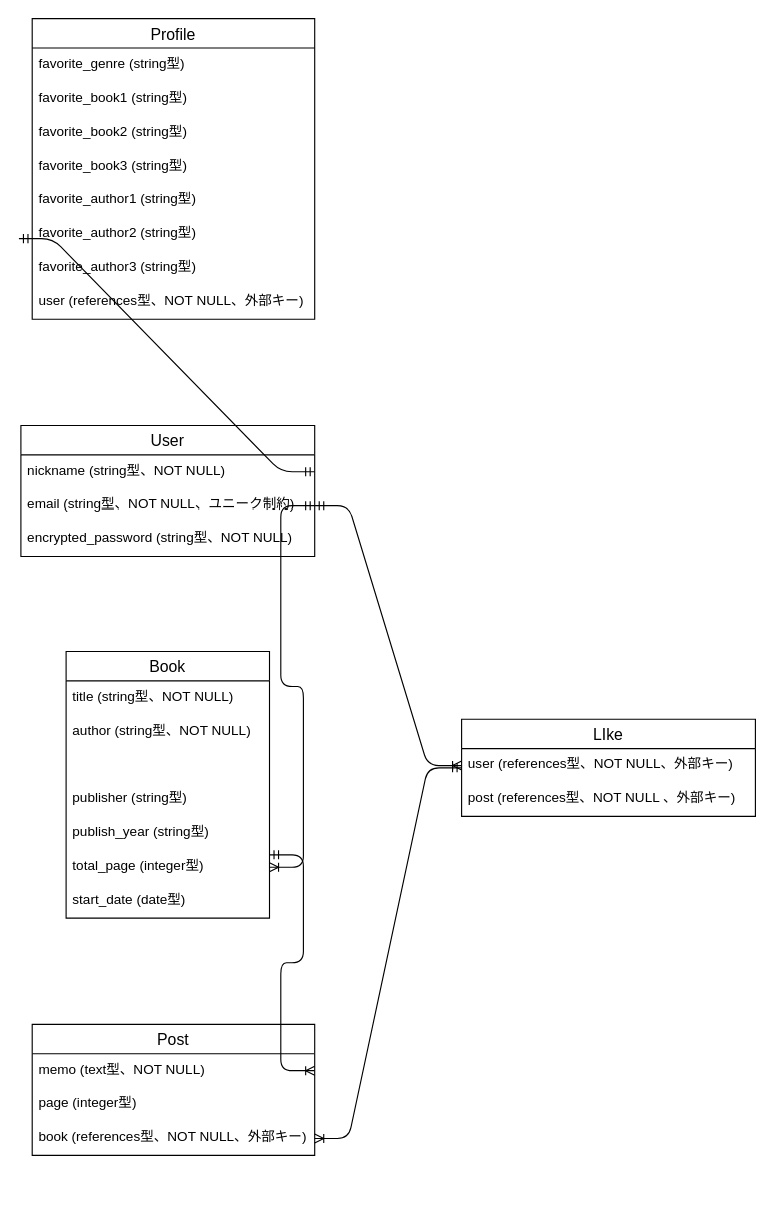
This is er.dio from haruna-katuki/booktags, a draw.io file, before an edit. Source tidied: cells renumbered, new cells numbered last; positions are measured from the earlier drawing's top-left corner, leaving out a move shared by most shapes. Both pictures are drawn from the tidied source at 113%, with x=0, y=0 at pixel (20, 18).
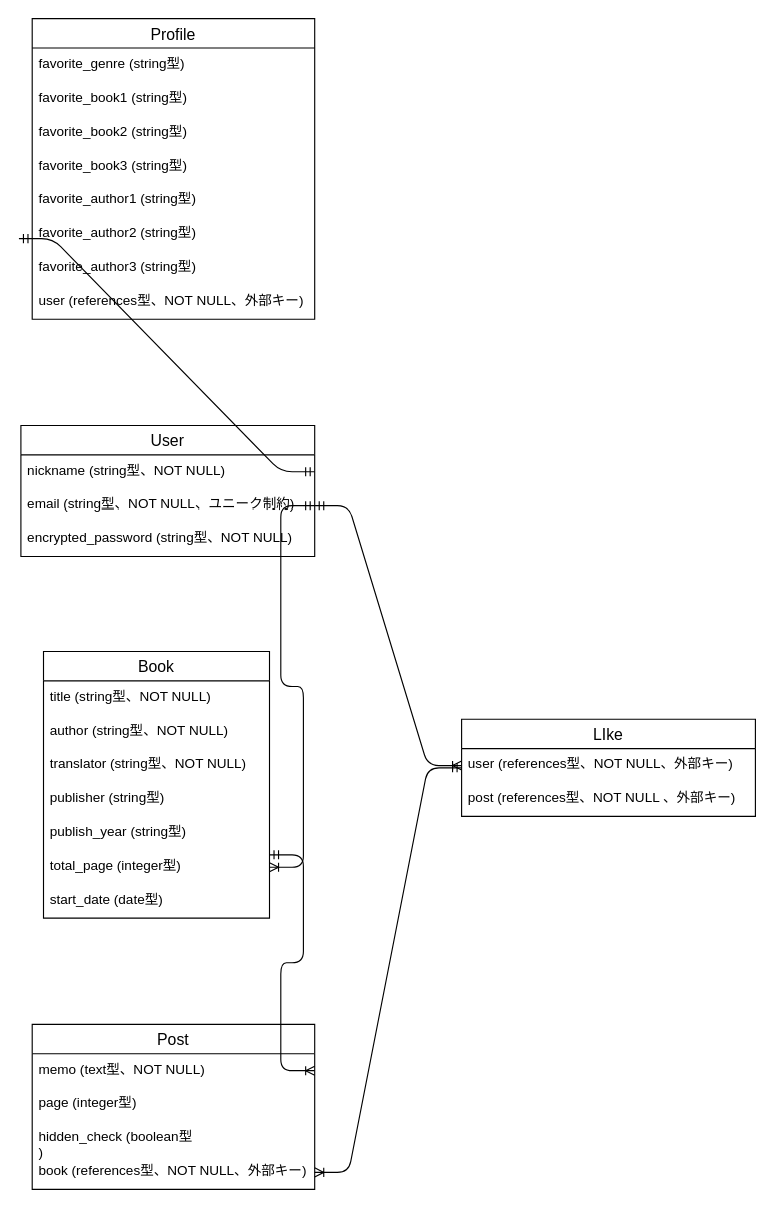
Above is the later version.

Change to the diagram source:
```diff
@@
     <mxCell id="15" value="Book" style="swimlane;fontStyle=0;horizontal=1;startSize=26;align=center;fontSize=14;" parent="1" vertex="1">
-      <mxGeometry x="40" y="560" width="180" height="236" as="geometry" />
+      <mxGeometry x="20" y="560" width="200" height="236" as="geometry" />
     </mxCell>
     <mxCell id="16" value="title (string型、NOT NULL)" style="text;strokeColor=none;fillColor=none;spacingLeft=4;spacingRight=4;overflow=hidden;fontSize=12;" parent="15" vertex="1">
-      <mxGeometry y="26" width="180" height="30" as="geometry" />
+      <mxGeometry y="26" width="200" height="30" as="geometry" />
     </mxCell>
     <mxCell id="17" value="author (string型、NOT NULL)" style="text;strokeColor=none;fillColor=none;spacingLeft=4;spacingRight=4;overflow=hidden;fontSize=12;" parent="15" vertex="1">
-      <mxGeometry y="56" width="180" height="30" as="geometry" />
+      <mxGeometry y="56" width="200" height="30" as="geometry" />
     </mxCell>
-    <mxCell id="18" style="text;strokeColor=none;fillColor=none;spacingLeft=4;spacingRight=4;overflow=hidden;fontSize=12;" parent="15" vertex="1">
-      <mxGeometry y="86" width="180" height="30" as="geometry" />
+    <mxCell id="18" value="translator (string型、NOT NULL)" style="text;strokeColor=none;fillColor=none;spacingLeft=4;spacingRight=4;overflow=hidden;fontSize=12;" parent="15" vertex="1">
+      <mxGeometry y="86" width="200" height="30" as="geometry" />
     </mxCell>
     <mxCell id="19" value="publisher (string型)" style="text;strokeColor=none;fillColor=none;spacingLeft=4;spacingRight=4;overflow=hidden;fontSize=12;" parent="15" vertex="1">
-      <mxGeometry y="116" width="180" height="30" as="geometry" />
+      <mxGeometry y="116" width="200" height="30" as="geometry" />
     </mxCell>
     <mxCell id="20" value="publish_year (string型)" style="text;strokeColor=none;fillColor=none;spacingLeft=4;spacingRight=4;overflow=hidden;fontSize=12;" parent="15" vertex="1">
-      <mxGeometry y="146" width="180" height="30" as="geometry" />
+      <mxGeometry y="146" width="200" height="30" as="geometry" />
     </mxCell>
     <mxCell id="21" value="total_page (integer型)" style="text;strokeColor=none;fillColor=none;spacingLeft=4;spacingRight=4;overflow=hidden;points=[[0,0.5],[1,0.5]];portConstraint=eastwest;fontSize=12;" parent="15" vertex="1">
-      <mxGeometry y="176" width="180" height="30" as="geometry" />
+      <mxGeometry y="176" width="200" height="30" as="geometry" />
     </mxCell>
     <mxCell id="22" value="start_date (date型)" style="text;strokeColor=none;fillColor=none;spacingLeft=4;spacingRight=4;overflow=hidden;fontSize=12;" parent="15" vertex="1">
-      <mxGeometry y="206" width="180" height="30" as="geometry" />
+      <mxGeometry y="206" width="200" height="30" as="geometry" />
     </mxCell>
     <mxCell id="23" value="Post" style="swimlane;fontStyle=0;horizontal=1;startSize=26;align=center;fontSize=14;" parent="1" vertex="1">
-      <mxGeometry x="10" y="890" width="250" height="116" as="geometry" />
+      <mxGeometry x="10" y="890" width="250" height="146" as="geometry" />
     </mxCell>
@@
+    <mxCell id="35" value="hidden_check (boolean型&#10;)" style="text;strokeColor=none;fillColor=none;spacingLeft=4;spacingRight=4;overflow=hidden;fontSize=12;" parent="23" vertex="1">
+      <mxGeometry y="86" width="250" height="30" as="geometry" />
+    </mxCell>
     <mxCell id="26" value="book (references型、NOT NULL、外部キー)" style="text;strokeColor=none;fillColor=none;spacingLeft=4;spacingRight=4;overflow=hidden;points=[[0,0.5],[1,0.5]];portConstraint=eastwest;fontSize=12;" parent="23" vertex="1">
-      <mxGeometry y="86" width="250" height="30" as="geometry" />
+      <mxGeometry y="116" width="250" height="30" as="geometry" />
     </mxCell>
```
